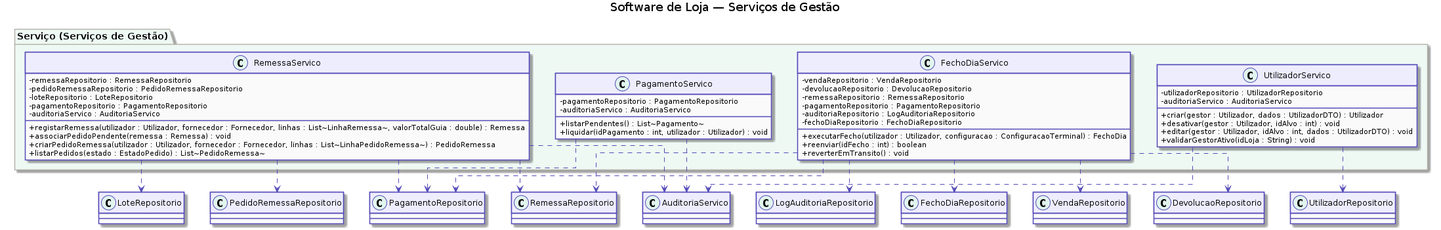
Above: Diagramas de Classe/software_loja/servicos/images/servicos_gestao.png in SimaoOliveira05/LI4 (PlantUML), before the change. Its source is kept beside it as Diagramas de Classe/software_loja/servicos/src/servicos_gestao.puml. The source it was exported from:
```plantuml
@startuml servicos_gestao
skinparam classAttributeIconSize 0
skinparam classFontSize 12
skinparam classHeaderBackgroundColor #EEEDFE
skinparam classBorderColor #534AB7
skinparam classBackgroundColor #FAFAFA
skinparam arrowColor #534AB7
skinparam stereotypeCBackgroundColor #E1F5EE
skinparam stereotypeABackgroundColor #FAC775
skinparam stereotypeIBackgroundColor #D1ECF1
skinparam packageBackgroundColor #F8F8F8
skinparam packageBorderColor #B4B2A9
skinparam linetype ortho
skinparam nodesep 40
skinparam ranksep 50

title Software de Loja — Serviços de Gestão

package "Serviço (Serviços de Gestão)" #EEF9F4 {

  class RemessaServico {
    - remessaRepositorio : RemessaRepositorio
    - pedidoRemessaRepositorio : PedidoRemessaRepositorio
    - loteRepositorio : LoteRepositorio
    - pagamentoRepositorio : PagamentoRepositorio
    - auditoriaServico : AuditoriaServico
    + registarRemessa(utilizador : Utilizador, fornecedor : Fornecedor, linhas : List~LinhaRemessa~, valorTotalGuia : double) : Remessa
    + associarPedidoPendente(remessa : Remessa) : void
    + criarPedidoRemessa(utilizador : Utilizador, fornecedor : Fornecedor, linhas : List~LinhaPedidoRemessa~) : PedidoRemessa
    + listarPedidos(estado : EstadoPedido) : List~PedidoRemessa~
  }

  class PagamentoServico {
    - pagamentoRepositorio : PagamentoRepositorio
    - auditoriaServico : AuditoriaServico
    + listarPendentes() : List~Pagamento~
    + liquidar(idPagamento : int, utilizador : Utilizador) : void
  }

  class FechoDiaServico {
    - vendaRepositorio : VendaRepositorio
    - devolucaoRepositorio : DevolucaoRepositorio
    - remessaRepositorio : RemessaRepositorio
    - pagamentoRepositorio : PagamentoRepositorio
    - auditoriaRepositorio : LogAuditoriaRepositorio
    - fechoDiaRepositorio : FechoDiaRepositorio
    + executarFecho(utilizador : Utilizador, configuracao : ConfiguracaoTerminal) : FechoDia
    + reenviar(idFecho : int) : boolean
    + reverterEmTransito() : void
  }

  class UtilizadorServico {
    - utilizadorRepositorio : UtilizadorRepositorio
    - auditoriaServico : AuditoriaServico
    + criar(gestor : Utilizador, dados : UtilizadorDTO) : Utilizador
    + desativar(gestor : Utilizador, idAlvo : int) : void
    + editar(gestor : Utilizador, idAlvo : int, dados : UtilizadorDTO) : void
    + validarGestorAtivo(idLoja : String) : void
  }
}

RemessaServico ..> RemessaRepositorio
RemessaServico ..> PedidoRemessaRepositorio
RemessaServico ..> LoteRepositorio
RemessaServico ..> PagamentoRepositorio
PagamentoServico ..> PagamentoRepositorio
FechoDiaServico ..> VendaRepositorio
FechoDiaServico ..> DevolucaoRepositorio
FechoDiaServico ..> RemessaRepositorio
FechoDiaServico ..> PagamentoRepositorio
FechoDiaServico ..> LogAuditoriaRepositorio
FechoDiaServico ..> FechoDiaRepositorio
UtilizadorServico ..> UtilizadorRepositorio

RemessaServico ..> AuditoriaServico
PagamentoServico ..> AuditoriaServico
UtilizadorServico ..> AuditoriaServico

@enduml
```
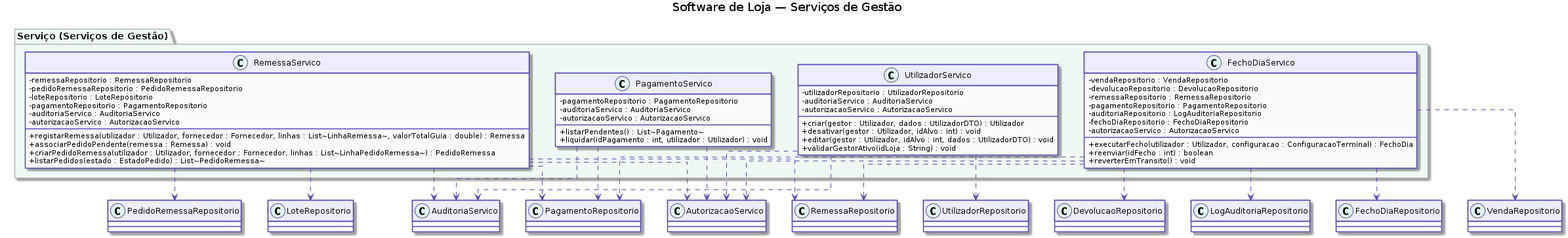
The same file after the commit.

Change to the diagram source:
```diff
@@ -24,6 +24,7 @@
     - loteRepositorio : LoteRepositorio
     - pagamentoRepositorio : PagamentoRepositorio
     - auditoriaServico : AuditoriaServico
+    - autorizacaoServico : AutorizacaoServico
     + registarRemessa(utilizador : Utilizador, fornecedor : Fornecedor, linhas : List~LinhaRemessa~, valorTotalGuia : double) : Remessa
     + associarPedidoPendente(remessa : Remessa) : void
     + criarPedidoRemessa(utilizador : Utilizador, fornecedor : Fornecedor, linhas : List~LinhaPedidoRemessa~) : PedidoRemessa
@@ -33,6 +34,7 @@
   class PagamentoServico {
     - pagamentoRepositorio : PagamentoRepositorio
     - auditoriaServico : AuditoriaServico
+    - autorizacaoServico : AutorizacaoServico
     + listarPendentes() : List~Pagamento~
     + liquidar(idPagamento : int, utilizador : Utilizador) : void
   }
@@ -44,6 +46,7 @@
     - pagamentoRepositorio : PagamentoRepositorio
     - auditoriaRepositorio : LogAuditoriaRepositorio
     - fechoDiaRepositorio : FechoDiaRepositorio
+    - autorizacaoServico : AutorizacaoServico
     + executarFecho(utilizador : Utilizador, configuracao : ConfiguracaoTerminal) : FechoDia
     + reenviar(idFecho : int) : boolean
     + reverterEmTransito() : void
@@ -52,6 +55,7 @@
   class UtilizadorServico {
     - utilizadorRepositorio : UtilizadorRepositorio
     - auditoriaServico : AuditoriaServico
+    - autorizacaoServico : AutorizacaoServico
     + criar(gestor : Utilizador, dados : UtilizadorDTO) : Utilizador
     + desativar(gestor : Utilizador, idAlvo : int) : void
     + editar(gestor : Utilizador, idAlvo : int, dados : UtilizadorDTO) : void
@@ -63,14 +67,18 @@
 RemessaServico ..> PedidoRemessaRepositorio
 RemessaServico ..> LoteRepositorio
 RemessaServico ..> PagamentoRepositorio
+RemessaServico ..> AutorizacaoServico
 PagamentoServico ..> PagamentoRepositorio
+PagamentoServico ..> AutorizacaoServico
 FechoDiaServico ..> VendaRepositorio
 FechoDiaServico ..> DevolucaoRepositorio
 FechoDiaServico ..> RemessaRepositorio
 FechoDiaServico ..> PagamentoRepositorio
 FechoDiaServico ..> LogAuditoriaRepositorio
 FechoDiaServico ..> FechoDiaRepositorio
+FechoDiaServico ..> AutorizacaoServico
 UtilizadorServico ..> UtilizadorRepositorio
+UtilizadorServico ..> AutorizacaoServico
 
 RemessaServico ..> AuditoriaServico
 PagamentoServico ..> AuditoriaServico
```
